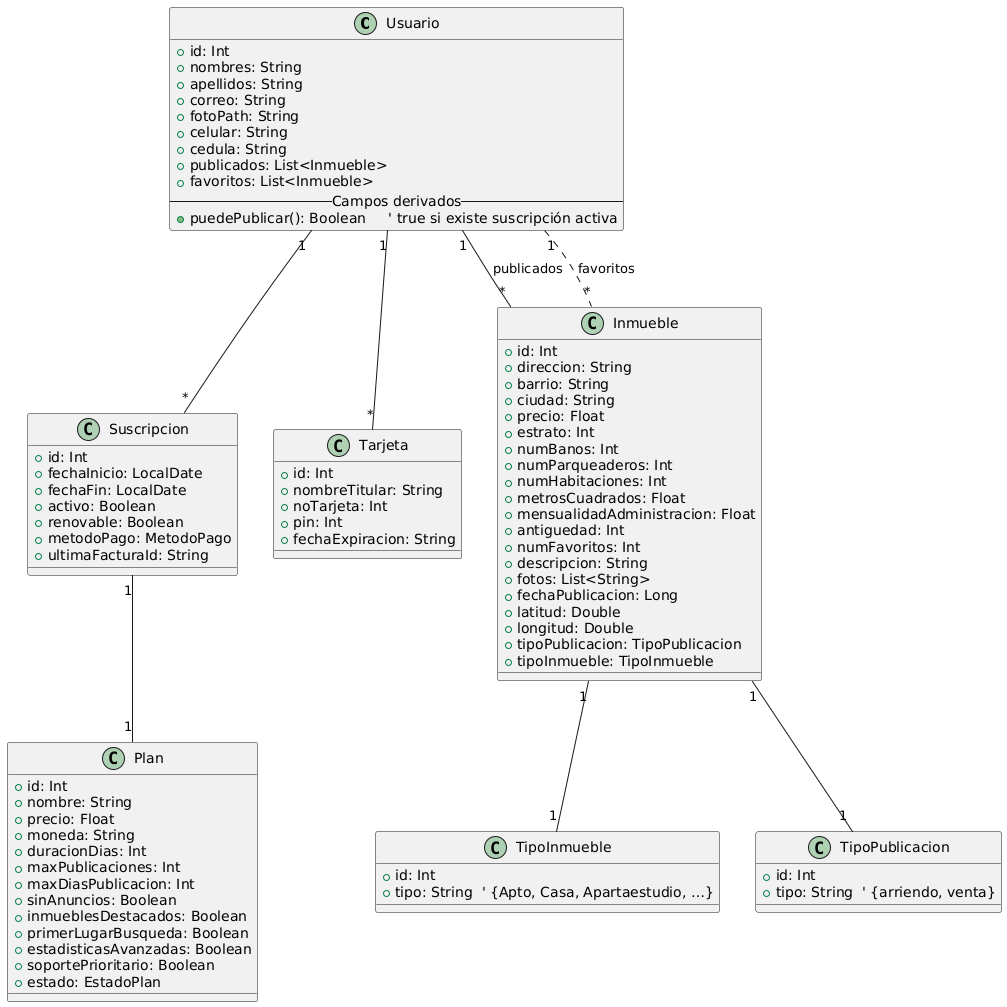
Earlier version of the PlantUML export Imageneswiki/clases.png (PUJ-ICM-2312/Roots). Source of this version:
```plantuml
@startuml
class Usuario {
    + id: Int
    + nombres: String
    + apellidos: String
    + correo: String
    + fotoPath: String
    + celular: String
    + cedula: String
    + publicados: List<Inmueble>
    + favoritos: List<Inmueble>
    -- Campos derivados --
    + puedePublicar(): Boolean     ' true si existe suscripción activa
}


class Plan {
    + id: Int
    + nombre: String
    + precio: Float
    + moneda: String
    + duracionDias: Int
    + maxPublicaciones: Int
    + maxDiasPublicacion: Int
    + sinAnuncios: Boolean
    + inmueblesDestacados: Boolean
    + primerLugarBusqueda: Boolean
    + estadisticasAvanzadas: Boolean
    + soportePrioritario: Boolean
    + estado: EstadoPlan
}

class Suscripcion {
    + id: Int
    + fechaInicio: LocalDate
    + fechaFin: LocalDate
    + activo: Boolean
    + renovable: Boolean
    + metodoPago: MetodoPago
    + ultimaFacturaId: String
}


class Tarjeta {
    + id: Int
    + nombreTitular: String
    + noTarjeta: Int
    + pin: Int
    + fechaExpiracion: String
}

class Inmueble {
    + id: Int
    + direccion: String
    + barrio: String
    + ciudad: String
    + precio: Float
    + estrato: Int
    + numBanos: Int
    + numParqueaderos: Int
    + numHabitaciones: Int
    + metrosCuadrados: Float
    + mensualidadAdministracion: Float
    + antiguedad: Int
    + numFavoritos: Int
    + descripcion: String
    + fotos: List<String>
    + fechaPublicacion: Long
    + latitud: Double
    + longitud: Double
    + tipoPublicacion: TipoPublicacion
    + tipoInmueble: TipoInmueble
}

class TipoInmueble {
    + id: Int
    + tipo: String  ' {Apto, Casa, Apartaestudio, …}
}

class TipoPublicacion {
    + id: Int
    + tipo: String  ' {arriendo, venta}
}

Usuario  "1" -- "*" Inmueble : publicados
Usuario  "1" .. "*" Inmueble : favoritos
Usuario  "1" -- "*" Tarjeta
Usuario  "1" -- "*" Suscripcion
Suscripcion "1" -- "1" Plan
Inmueble   "1" -- "1" TipoPublicacion
Inmueble   "1" -- "1" TipoInmueble
@enduml
```
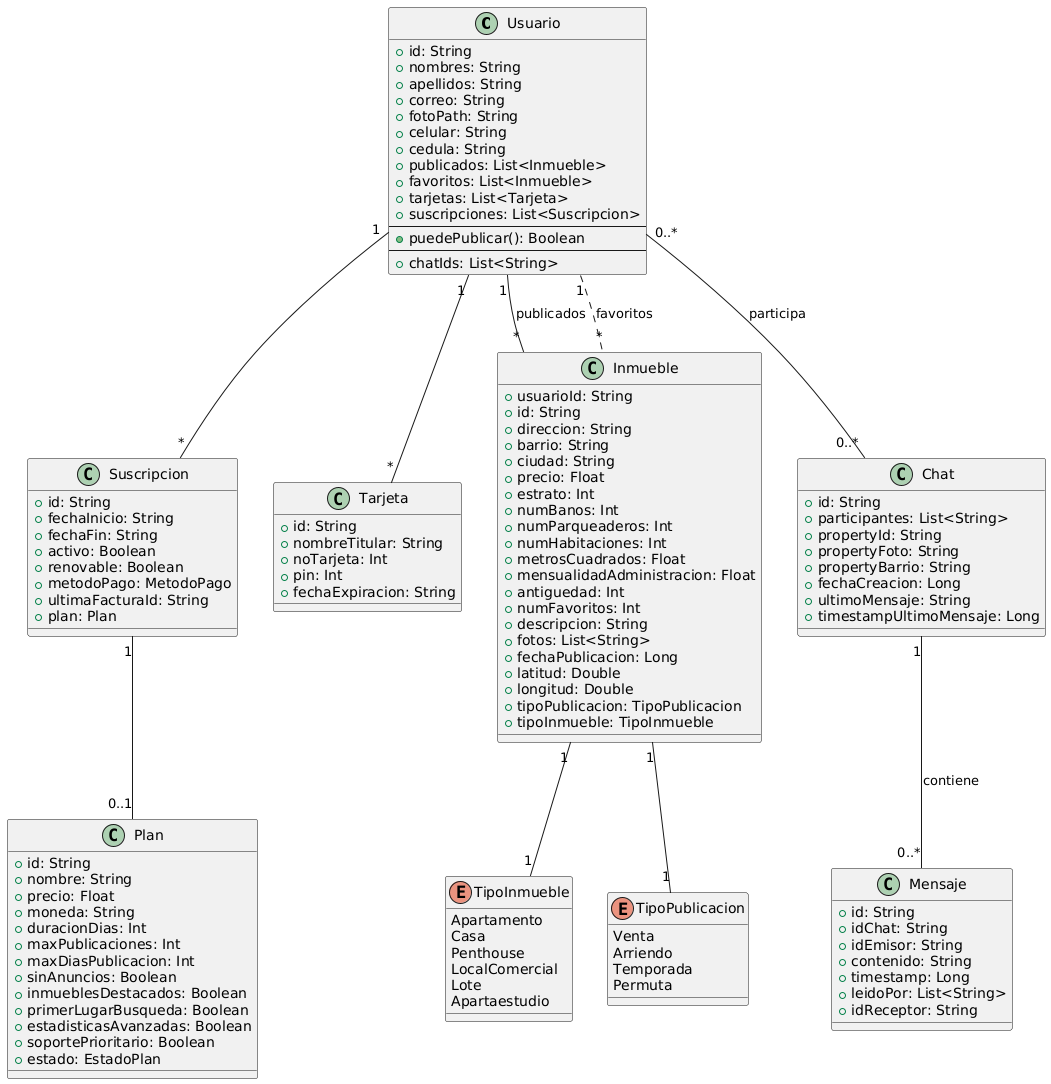
After the change.

Commit message:
diagram class updated

Diff of the diagram source:
```diff
@@ -1,6 +1,6 @@
 @startuml
 class Usuario {
-    + id: Int
+    + id: String
     + nombres: String
     + apellidos: String
     + correo: String
@@ -9,13 +9,16 @@
     + cedula: String
     + publicados: List<Inmueble>
     + favoritos: List<Inmueble>
-    -- Campos derivados --
-    + puedePublicar(): Boolean     ' true si existe suscripción activa
+    + tarjetas: List<Tarjeta>
+    + suscripciones: List<Suscripcion>
+    --
+    + puedePublicar(): Boolean
+    --
+    + chatIds: List<String>
 }
 
-
 class Plan {
-    + id: Int
+    + id: String
     + nombre: String
     + precio: Float
     + moneda: String
@@ -31,18 +34,19 @@
 }
 
 class Suscripcion {
-    + id: Int
-    + fechaInicio: LocalDate
-    + fechaFin: LocalDate
+    + id: String
+    + fechaInicio: String
+    + fechaFin: String
     + activo: Boolean
     + renovable: Boolean
     + metodoPago: MetodoPago
     + ultimaFacturaId: String
+    + plan: Plan
 }
 
 
 class Tarjeta {
-    + id: Int
+    + id: String
     + nombreTitular: String
     + noTarjeta: Int
     + pin: Int
@@ -50,7 +54,8 @@
 }
 
 class Inmueble {
-    + id: Int
+    + usuarioId: String
+    + id: String
     + direccion: String
     + barrio: String
     + ciudad: String
@@ -72,21 +77,50 @@
     + tipoInmueble: TipoInmueble
 }
 
-class TipoInmueble {
-    + id: Int
-    + tipo: String  ' {Apto, Casa, Apartaestudio, …}
+enum TipoInmueble {
+    Apartamento
+    Casa
+    Penthouse
+    LocalComercial
+    Lote
+    Apartaestudio
 }
 
-class TipoPublicacion {
-    + id: Int
-    + tipo: String  ' {arriendo, venta}
+enum TipoPublicacion {
+    Venta
+    Arriendo
+    Temporada
+    Permuta
 }
 
-Usuario  "1" -- "*" Inmueble : publicados
-Usuario  "1" .. "*" Inmueble : favoritos
-Usuario  "1" -- "*" Tarjeta
-Usuario  "1" -- "*" Suscripcion
-Suscripcion "1" -- "1" Plan
-Inmueble   "1" -- "1" TipoPublicacion
-Inmueble   "1" -- "1" TipoInmueble
+class Chat {
+    + id: String
+    + participantes: List<String>
+    + propertyId: String
+    + propertyFoto: String
+    + propertyBarrio: String
+    + fechaCreacion: Long
+    + ultimoMensaje: String
+    + timestampUltimoMensaje: Long
+}
+
+class Mensaje {
+    + id: String
+    + idChat: String
+    + idEmisor: String
+    + contenido: String
+    + timestamp: Long
+    + leidoPor: List<String>
+    + idReceptor: String
+}
+
+Usuario      "1" -- "*" Inmueble        : publicados
+Usuario      "1" .. "*" Inmueble       : favoritos
+Usuario      "1" -- "*" Tarjeta
+Usuario      "1" -- "*" Suscripcion
+Suscripcion  "1" -- "0..1" Plan
+Inmueble     "1" -- "1" TipoPublicacion
+Inmueble     "1" -- "1" TipoInmueble
+Usuario      "0..*" -- "0..*" Chat       : participa
+Chat         "1" -- "0..*" Mensaje      : contiene
 @enduml
```
